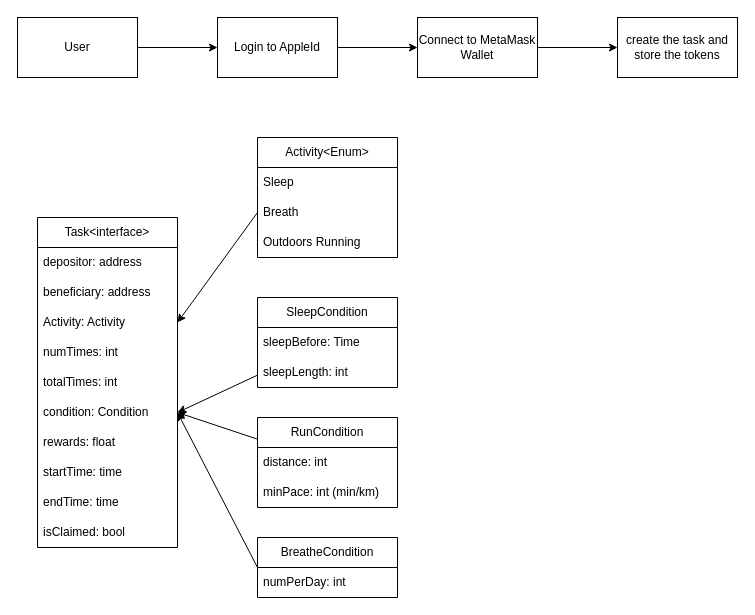
Before: page "interface" (1 of 5) of server/flowchart.drawio in jidalii/push, a draw.io diagram. Source tidied: cells renumbered, new cells numbered last; positions are measured from the earlier drawing's top-left corner, leaving out a move shared by most shapes. Both pictures are drawn from the tidied source at 100%, with x=0, y=0 at pixel (17, 17).
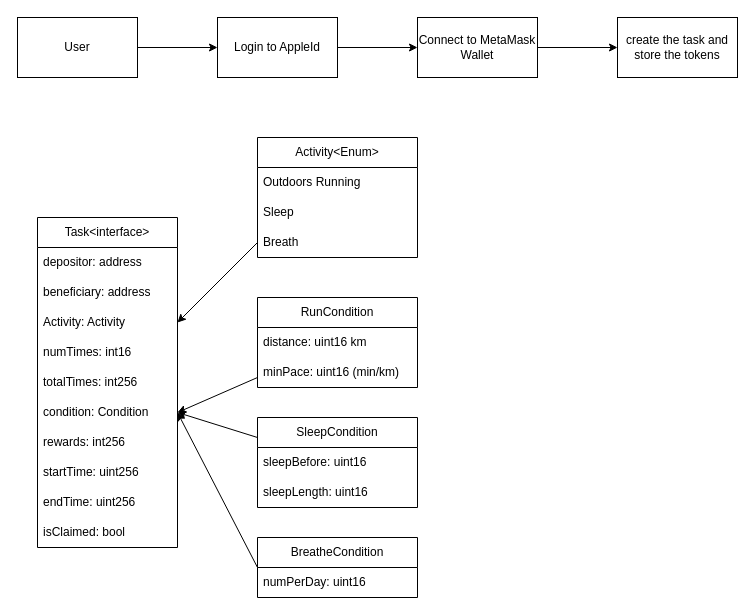
After the change.

The change refers to these unchanged cells:
```xml
<mxCell id="9" value="Task&amp;lt;interface&amp;gt;" style="swimlane;fontStyle=0;horizontal=1;startSize=30;whiteSpace=wrap;html=1;" parent="1" vertex="1">
  <mxGeometry x="20" y="200" width="140" height="330" as="geometry" />
</mxCell>
```

Change to the diagram source:
```diff
@@
-    <mxCell id="13" value="numTimes: int&amp;nbsp;" style="text;strokeColor=none;fillColor=none;align=left;verticalAlign=middle;spacingLeft=4;spacingRight=4;overflow=hidden;whiteSpace=wrap;html=1;" parent="9" vertex="1">
+    <mxCell id="13" value="numTimes: int16&amp;nbsp;" style="text;strokeColor=none;fillColor=none;align=left;verticalAlign=middle;spacingLeft=4;spacingRight=4;overflow=hidden;whiteSpace=wrap;html=1;" parent="9" vertex="1">
       <mxGeometry y="120" width="140" height="30" as="geometry" />
     </mxCell>
-    <mxCell id="14" value="totalTimes: int" style="text;strokeColor=none;fillColor=none;align=left;verticalAlign=middle;spacingLeft=4;spacingRight=4;overflow=hidden;whiteSpace=wrap;html=1;" parent="9" vertex="1">
+    <mxCell id="14" value="totalTimes: int256" style="text;strokeColor=none;fillColor=none;align=left;verticalAlign=middle;spacingLeft=4;spacingRight=4;overflow=hidden;whiteSpace=wrap;html=1;" parent="9" vertex="1">
       <mxGeometry y="150" width="140" height="30" as="geometry" />
     </mxCell>
@@
-    <mxCell id="16" value="rewards: float" style="text;strokeColor=none;fillColor=none;align=left;verticalAlign=middle;spacingLeft=4;spacingRight=4;overflow=hidden;whiteSpace=wrap;html=1;" parent="9" vertex="1">
+    <mxCell id="16" value="rewards: int256" style="text;strokeColor=none;fillColor=none;align=left;verticalAlign=middle;spacingLeft=4;spacingRight=4;overflow=hidden;whiteSpace=wrap;html=1;" parent="9" vertex="1">
       <mxGeometry y="210" width="140" height="30" as="geometry" />
     </mxCell>
-    <mxCell id="17" value="startTime: time" style="text;strokeColor=none;fillColor=none;align=left;verticalAlign=middle;spacingLeft=4;spacingRight=4;overflow=hidden;whiteSpace=wrap;html=1;" parent="9" vertex="1">
+    <mxCell id="17" value="startTime: uint256" style="text;strokeColor=none;fillColor=none;align=left;verticalAlign=middle;spacingLeft=4;spacingRight=4;overflow=hidden;whiteSpace=wrap;html=1;" parent="9" vertex="1">
       <mxGeometry y="240" width="140" height="30" as="geometry" />
     </mxCell>
-    <mxCell id="18" value="endTime: time" style="text;strokeColor=none;fillColor=none;align=left;verticalAlign=middle;spacingLeft=4;spacingRight=4;overflow=hidden;whiteSpace=wrap;html=1;" parent="9" vertex="1">
+    <mxCell id="18" value="endTime: uint256" style="text;strokeColor=none;fillColor=none;align=left;verticalAlign=middle;spacingLeft=4;spacingRight=4;overflow=hidden;whiteSpace=wrap;html=1;" parent="9" vertex="1">
       <mxGeometry y="270" width="140" height="30" as="geometry" />
     </mxCell>
@@
     <mxCell id="20" value="Activity&amp;lt;Enum&amp;gt;" style="swimlane;fontStyle=0;horizontal=1;startSize=30;whiteSpace=wrap;html=1;" parent="1" vertex="1">
-      <mxGeometry x="240" y="120" width="140" height="120" as="geometry" />
+      <mxGeometry x="240" y="120" width="160" height="120" as="geometry" />
     </mxCell>
+    <mxCell id="23" value="Outdoors Running" style="text;strokeColor=none;fillColor=none;align=left;verticalAlign=middle;spacingLeft=4;spacingRight=4;overflow=hidden;whiteSpace=wrap;html=1;" parent="20" vertex="1">
+      <mxGeometry y="30" width="160" height="30" as="geometry" />
+    </mxCell>
     <mxCell id="21" value="Sleep&amp;nbsp;" style="text;strokeColor=none;fillColor=none;align=left;verticalAlign=middle;spacingLeft=4;spacingRight=4;overflow=hidden;whiteSpace=wrap;html=1;" parent="20" vertex="1">
-      <mxGeometry y="30" width="140" height="30" as="geometry" />
+      <mxGeometry y="60" width="160" height="30" as="geometry" />
     </mxCell>
     <mxCell id="22" value="Breath" style="text;strokeColor=none;fillColor=none;align=left;verticalAlign=middle;spacingLeft=4;spacingRight=4;overflow=hidden;points=[[0,0.5],[1,0.5]];portConstraint=eastwest;whiteSpace=wrap;html=1;" parent="20" vertex="1">
-      <mxGeometry y="60" width="140" height="30" as="geometry" />
+      <mxGeometry y="90" width="160" height="30" as="geometry" />
     </mxCell>
-    <mxCell id="23" value="Outdoors Running" style="text;strokeColor=none;fillColor=none;align=left;verticalAlign=middle;spacingLeft=4;spacingRight=4;overflow=hidden;whiteSpace=wrap;html=1;" parent="20" vertex="1">
-      <mxGeometry y="90" width="140" height="30" as="geometry" />
-    </mxCell>
@@
     <mxCell id="26" value="SleepCondition" style="swimlane;fontStyle=0;horizontal=1;startSize=30;whiteSpace=wrap;html=1;" parent="1" vertex="1">
-      <mxGeometry x="240" y="280" width="140" height="90" as="geometry" />
+      <mxGeometry x="240" y="400" width="160" height="90" as="geometry" />
     </mxCell>
-    <mxCell id="27" value="sleepBefore: Time" style="text;strokeColor=none;fillColor=none;align=left;verticalAlign=middle;spacingLeft=4;spacingRight=4;overflow=hidden;whiteSpace=wrap;html=1;" parent="26" vertex="1">
-      <mxGeometry y="30" width="140" height="30" as="geometry" />
+    <mxCell id="27" value="sleepBefore: uint16" style="text;strokeColor=none;fillColor=none;align=left;verticalAlign=middle;spacingLeft=4;spacingRight=4;overflow=hidden;whiteSpace=wrap;html=1;" parent="26" vertex="1">
+      <mxGeometry y="30" width="160" height="30" as="geometry" />
     </mxCell>
-    <mxCell id="28" value="sleepLength: int" style="text;strokeColor=none;fillColor=none;align=left;verticalAlign=middle;spacingLeft=4;spacingRight=4;overflow=hidden;whiteSpace=wrap;html=1;" parent="26" vertex="1">
-      <mxGeometry y="60" width="140" height="30" as="geometry" />
+    <mxCell id="28" value="sleepLength: uint16" style="text;strokeColor=none;fillColor=none;align=left;verticalAlign=middle;spacingLeft=4;spacingRight=4;overflow=hidden;whiteSpace=wrap;html=1;" parent="26" vertex="1">
+      <mxGeometry y="60" width="160" height="30" as="geometry" />
     </mxCell>
@@
     <mxCell id="30" value="RunCondition" style="swimlane;fontStyle=0;horizontal=1;startSize=30;whiteSpace=wrap;html=1;" parent="1" vertex="1">
-      <mxGeometry x="240" y="400" width="140" height="90" as="geometry" />
+      <mxGeometry x="240" y="280" width="160" height="90" as="geometry" />
     </mxCell>
-    <mxCell id="31" value="distance: int" style="text;strokeColor=none;fillColor=none;align=left;verticalAlign=middle;spacingLeft=4;spacingRight=4;overflow=hidden;whiteSpace=wrap;html=1;" parent="30" vertex="1">
-      <mxGeometry y="30" width="140" height="30" as="geometry" />
+    <mxCell id="31" value="distance: uint16 km" style="text;strokeColor=none;fillColor=none;align=left;verticalAlign=middle;spacingLeft=4;spacingRight=4;overflow=hidden;whiteSpace=wrap;html=1;" parent="30" vertex="1">
+      <mxGeometry y="30" width="160" height="30" as="geometry" />
     </mxCell>
-    <mxCell id="32" value="minPace: int (min/km)" style="text;strokeColor=none;fillColor=none;align=left;verticalAlign=middle;spacingLeft=4;spacingRight=4;overflow=hidden;whiteSpace=wrap;html=1;" parent="30" vertex="1">
-      <mxGeometry y="60" width="140" height="30" as="geometry" />
+    <mxCell id="32" value="minPace: uint16 (min/km)" style="text;strokeColor=none;fillColor=none;align=left;verticalAlign=middle;spacingLeft=4;spacingRight=4;overflow=hidden;whiteSpace=wrap;html=1;" parent="30" vertex="1">
+      <mxGeometry y="60" width="160" height="30" as="geometry" />
     </mxCell>
@@
     <mxCell id="34" value="BreatheCondition" style="swimlane;fontStyle=0;horizontal=1;startSize=30;whiteSpace=wrap;html=1;" parent="1" vertex="1">
-      <mxGeometry x="240" y="520" width="140" height="60" as="geometry" />
+      <mxGeometry x="240" y="520" width="160" height="60" as="geometry" />
     </mxCell>
-    <mxCell id="35" value="numPerDay: int" style="text;strokeColor=none;fillColor=none;align=left;verticalAlign=middle;spacingLeft=4;spacingRight=4;overflow=hidden;whiteSpace=wrap;html=1;" parent="34" vertex="1">
-      <mxGeometry y="30" width="140" height="30" as="geometry" />
+    <mxCell id="35" value="numPerDay: uint16" style="text;strokeColor=none;fillColor=none;align=left;verticalAlign=middle;spacingLeft=4;spacingRight=4;overflow=hidden;whiteSpace=wrap;html=1;" parent="34" vertex="1">
+      <mxGeometry y="30" width="160" height="30" as="geometry" />
     </mxCell>
```
